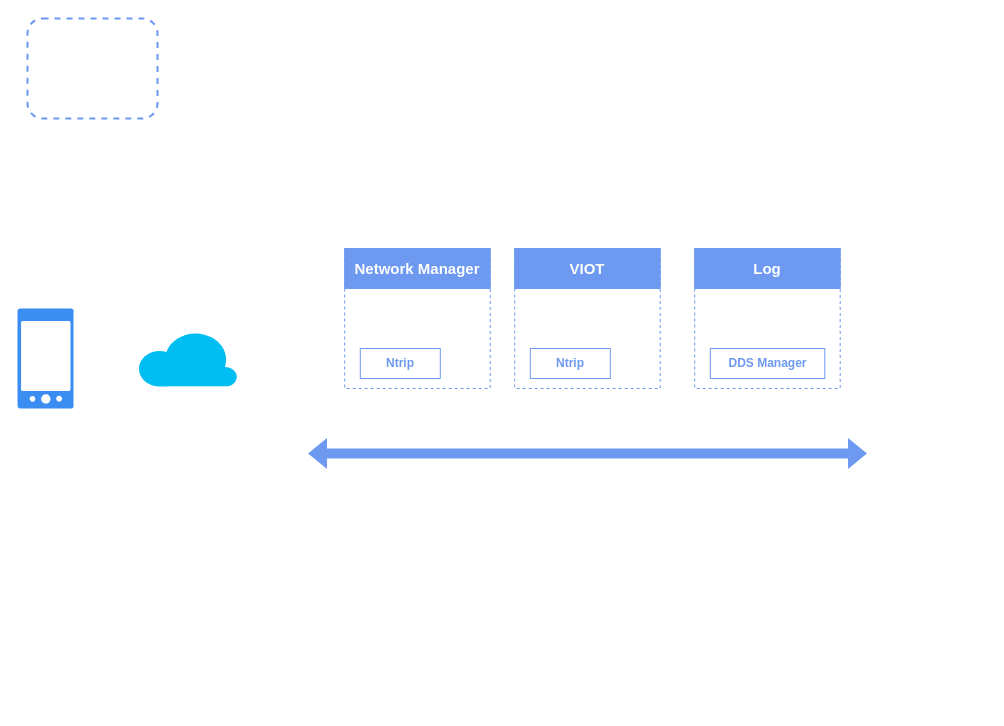
This is IoT架构-技术架构图.drawio from xunzhaoxusanduo/1-drawio, a draw.io file, before an edit. Source tidied: cells renumbered, new cells numbered last; positions are measured from the earlier drawing's top-left corner, leaving out a move shared by most shapes. Both pictures are drawn from the tidied source at 100%, with x=0, y=0 at pixel (17, 18).
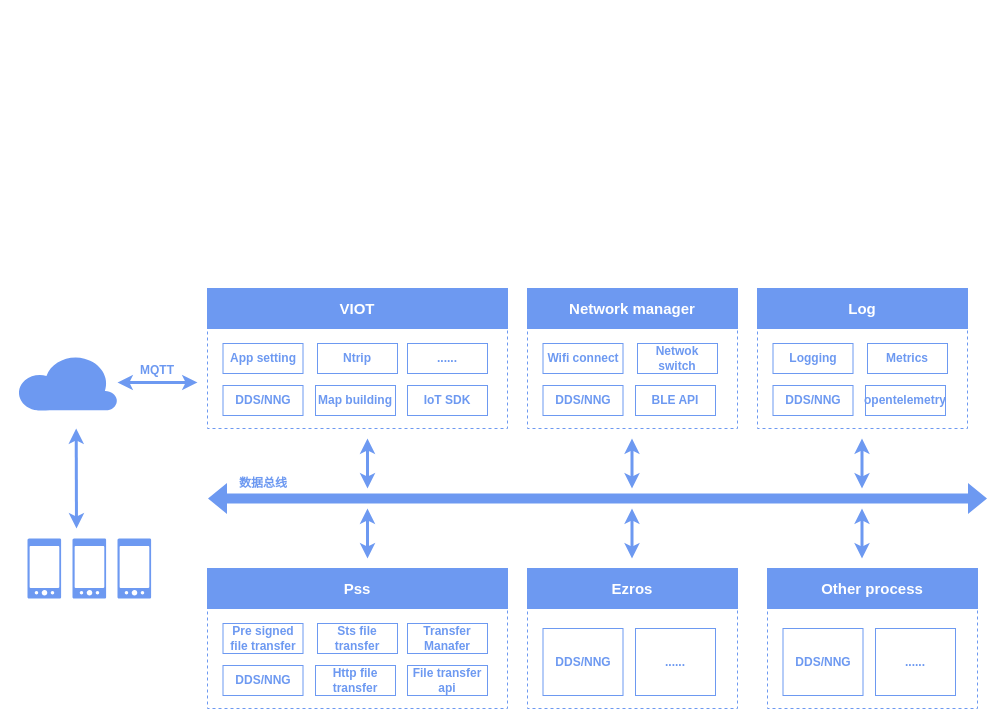
Above is the later version.

Commit message (it also covers changes not shown here):
Update IoT架构-技术架构图.drawio

Change to the diagram source:
```diff
@@
-    <mxCell id="2" style="rounded=1;whiteSpace=wrap;html=1;dashed=1;strokeWidth=2;strokeColor=#6D99F1;" parent="1" vertex="1">
-      <mxGeometry x="10" width="130" height="100" as="geometry" />
-    </mxCell>
-    <mxCell id="3" style="shape=flexArrow;endArrow=classic;startArrow=classic;html=1;rounded=0;fillColor=#6D99F1;strokeColor=none;" parent="1" edge="1">
-      <mxGeometry relative="1" as="geometry">
-        <mxPoint x="290" y="435" as="sourcePoint" />
-        <mxPoint x="850" y="435" as="targetPoint" />
-      </mxGeometry>
-    </mxCell>
+    <mxCell id="15" style="group;" parent="1" vertex="1">
+      <mxGeometry x="190" y="270" width="300" height="140" as="geometry" />
+    </mxCell>
-    <mxCell id="4" style="rounded=0;whiteSpace=wrap;html=1;strokeColor=#6D99F1;dashed=1;" parent="1" vertex="1">
-      <mxGeometry x="497.2" y="230" width="145.5" height="140" as="geometry" />
+    <mxCell id="4" style="rounded=0;whiteSpace=wrap;html=1;strokeColor=#6D99F1;dashed=1;" parent="15" vertex="1">
+      <mxGeometry width="300" height="140" as="geometry" />
     </mxCell>
-    <mxCell id="5" value="VIOT" style="rounded=0;whiteSpace=wrap;html=1;strokeColor=#6D99F1;fillColor=#6D99F1;fontColor=#FFFFFF;fontStyle=1;fontSize=15;" parent="1" vertex="1">
-      <mxGeometry x="497.2" y="230" width="145.5" height="40" as="geometry" />
+    <mxCell id="5" value="VIOT" style="rounded=0;whiteSpace=wrap;html=1;strokeColor=#6D99F1;fillColor=#6D99F1;fontColor=#FFFFFF;fontStyle=1;fontSize=15;" parent="15" vertex="1">
+      <mxGeometry width="300" height="40" as="geometry" />
     </mxCell>
+    <mxCell id="3" style="shape=flexArrow;endArrow=classic;startArrow=classic;html=1;rounded=0;fillColor=#6D99F1;strokeColor=none;" parent="1" edge="1">
+      <mxGeometry relative="1" as="geometry">
+        <mxPoint x="190" y="480" as="sourcePoint" />
+        <mxPoint x="970" y="480" as="targetPoint" />
+      </mxGeometry>
+    </mxCell>
-    <mxCell id="6" value="&lt;font color=&quot;#6d99f1&quot;&gt;&lt;b&gt;Ntrip&lt;/b&gt;&lt;/font&gt;" style="rounded=0;whiteSpace=wrap;html=1;strokeColor=#6D99F1;" parent="1" vertex="1">
-      <mxGeometry x="512.8" y="330" width="80" height="30" as="geometry" />
+    <mxCell id="6" value="&lt;font color=&quot;#6d99f1&quot;&gt;&lt;b&gt;DDS/NNG&lt;/b&gt;&lt;/font&gt;" style="rounded=0;whiteSpace=wrap;html=1;strokeColor=#6D99F1;" parent="1" vertex="1">
+      <mxGeometry x="205.5" y="367" width="80" height="30" as="geometry" />
     </mxCell>
-    <mxCell id="7" style="rounded=0;whiteSpace=wrap;html=1;strokeColor=#6D99F1;dashed=1;" parent="1" vertex="1">
-      <mxGeometry x="327.2" y="230" width="145.5" height="140" as="geometry" />
-    </mxCell>
-    <mxCell id="8" value="Network Manager" style="rounded=0;whiteSpace=wrap;html=1;strokeColor=#6D99F1;fillColor=#6D99F1;fontColor=#FFFFFF;fontStyle=1;fontSize=15;" parent="1" vertex="1">
-      <mxGeometry x="327.2" y="230" width="145.5" height="40" as="geometry" />
-    </mxCell>
+    <mxCell id="13" style="sketch=0;html=1;strokeColor=none;shadow=0;fillColor=#6D99F1;verticalAlign=top;labelPosition=center;verticalLabelPosition=bottom;shape=mxgraph.gcp2.phone_android;" parent="1" vertex="1">
+      <mxGeometry x="10" y="520" width="33.6" height="60" as="geometry" />
+    </mxCell>
+    <mxCell id="16" style="edgeStyle=orthogonalEdgeStyle;rounded=0;jettySize=auto;html=1;startArrow=classic;startFill=1;strokeWidth=3;strokeColor=#6D99F1;" parent="1" edge="1" source="14">
+      <mxGeometry relative="1" as="geometry">
+        <mxPoint x="180" y="364" as="targetPoint" />
+      </mxGeometry>
+    </mxCell>
+    <mxCell id="14" style="verticalLabelPosition=bottom;html=1;verticalAlign=top;align=center;strokeColor=none;fillColor=#6D99F1;shape=mxgraph.azure.cloud;" parent="1" vertex="1">
+      <mxGeometry y="336" width="100" height="56" as="geometry" />
+    </mxCell>
+    <mxCell id="17" value="&lt;font color=&quot;#6d99f1&quot;&gt;&lt;b&gt;Map building&lt;/b&gt;&lt;/font&gt;" style="rounded=0;whiteSpace=wrap;html=1;strokeColor=#6D99F1;" parent="1" vertex="1">
+      <mxGeometry x="298" y="367" width="80" height="30" as="geometry" />
+    </mxCell>
+    <mxCell id="18" value="&lt;b style=&quot;border-color: var(--border-color); color: rgb(109, 153, 241);&quot;&gt;App setting&lt;/b&gt;" style="rounded=0;whiteSpace=wrap;html=1;strokeColor=#6D99F1;" parent="1" vertex="1">
+      <mxGeometry x="205.5" y="325" width="80" height="30" as="geometry" />
+    </mxCell>
     <mxCell id="9" value="&lt;font color=&quot;#6d99f1&quot;&gt;&lt;b&gt;Ntrip&lt;/b&gt;&lt;/font&gt;" style="rounded=0;whiteSpace=wrap;html=1;strokeColor=#6D99F1;" parent="1" vertex="1">
-      <mxGeometry x="342.8" y="330" width="80" height="30" as="geometry" />
+      <mxGeometry x="300" y="325" width="80" height="30" as="geometry" />
     </mxCell>
-    <mxCell id="10" style="rounded=0;whiteSpace=wrap;html=1;strokeColor=#6D99F1;dashed=1;" parent="1" vertex="1">
-      <mxGeometry x="677.2" y="230" width="145.5" height="140" as="geometry" />
-    </mxCell>
+    <mxCell id="19" value="&lt;b style=&quot;border-color: var(--border-color); color: rgb(109, 153, 241);&quot;&gt;IoT SDK&lt;/b&gt;" style="rounded=0;whiteSpace=wrap;html=1;strokeColor=#6D99F1;" parent="1" vertex="1">
+      <mxGeometry x="390" y="367" width="80" height="30" as="geometry" />
+    </mxCell>
+    <mxCell id="20" value="&lt;font color=&quot;#6d99f1&quot;&gt;&lt;b&gt;......&lt;/b&gt;&lt;/font&gt;" style="rounded=0;whiteSpace=wrap;html=1;strokeColor=#6D99F1;" parent="1" vertex="1">
+      <mxGeometry x="390" y="325" width="80" height="30" as="geometry" />
+    </mxCell>
+    <mxCell id="21" style="group;" parent="1" vertex="1">
+      <mxGeometry x="510" y="270" width="210" height="140" as="geometry" />
+    </mxCell>
+    <mxCell id="22" style="rounded=0;whiteSpace=wrap;html=1;strokeColor=#6D99F1;dashed=1;" parent="21" vertex="1">
+      <mxGeometry width="210" height="140" as="geometry" />
+    </mxCell>
+    <mxCell id="23" value="Network manager" style="rounded=0;whiteSpace=wrap;html=1;strokeColor=#6D99F1;fillColor=#6D99F1;fontColor=#FFFFFF;fontStyle=1;fontSize=15;" parent="21" vertex="1">
+      <mxGeometry width="210" height="40" as="geometry" />
+    </mxCell>
+    <mxCell id="24" value="&lt;b style=&quot;border-color: var(--border-color); color: rgb(109, 153, 241);&quot;&gt;DDS/NNG&lt;/b&gt;" style="rounded=0;whiteSpace=wrap;html=1;strokeColor=#6D99F1;" parent="1" vertex="1">
+      <mxGeometry x="525.5" y="367" width="80" height="30" as="geometry" />
+    </mxCell>
+    <mxCell id="25" value="&lt;font color=&quot;#6d99f1&quot;&gt;&lt;b&gt;BLE API&lt;/b&gt;&lt;/font&gt;" style="rounded=0;whiteSpace=wrap;html=1;strokeColor=#6D99F1;" parent="1" vertex="1">
+      <mxGeometry x="618" y="367" width="80" height="30" as="geometry" />
+    </mxCell>
+    <mxCell id="26" value="&lt;font color=&quot;#6d99f1&quot;&gt;&lt;b&gt;Wifi connect&lt;/b&gt;&lt;/font&gt;" style="rounded=0;whiteSpace=wrap;html=1;strokeColor=#6D99F1;" parent="1" vertex="1">
+      <mxGeometry x="525.5" y="325" width="80" height="30" as="geometry" />
+    </mxCell>
+    <mxCell id="27" value="&lt;font color=&quot;#6d99f1&quot;&gt;&lt;b&gt;Netwok switch&lt;/b&gt;&lt;/font&gt;" style="rounded=0;whiteSpace=wrap;html=1;strokeColor=#6D99F1;" parent="1" vertex="1">
+      <mxGeometry x="620" y="325" width="80" height="30" as="geometry" />
+    </mxCell>
+    <mxCell id="28" value="&lt;font color=&quot;#6d99f1&quot;&gt;&lt;b&gt;MQTT&lt;/b&gt;&lt;/font&gt;" style="text;html=1;align=center;verticalAlign=middle;whiteSpace=wrap;rounded=0;" parent="1" vertex="1">
+      <mxGeometry x="110" y="337" width="60" height="30" as="geometry" />
+    </mxCell>
+    <mxCell id="29" style="endArrow=classic;startArrow=classic;html=1;rounded=0;strokeColor=#6D99F1;strokeWidth=3;" parent="1" edge="1">
+      <mxGeometry relative="1" as="geometry">
+        <mxPoint x="350" y="470" as="sourcePoint" />
+        <mxPoint x="350" y="420" as="targetPoint" />
+      </mxGeometry>
+    </mxCell>
+    <mxCell id="30" style="endArrow=classic;startArrow=classic;html=1;rounded=0;strokeColor=#6D99F1;strokeWidth=3;" parent="1" edge="1">
+      <mxGeometry relative="1" as="geometry">
+        <mxPoint x="614.5" y="470" as="sourcePoint" />
+        <mxPoint x="614.5" y="420" as="targetPoint" />
+      </mxGeometry>
+    </mxCell>
+    <mxCell id="31" style="group;" parent="1" vertex="1">
+      <mxGeometry x="740" y="270" width="210" height="140" as="geometry" />
+    </mxCell>
+    <mxCell id="32" style="rounded=0;whiteSpace=wrap;html=1;strokeColor=#6D99F1;dashed=1;" parent="31" vertex="1">
+      <mxGeometry width="210" height="140" as="geometry" />
+    </mxCell>
-    <mxCell id="11" value="Log" style="rounded=0;whiteSpace=wrap;html=1;strokeColor=#6D99F1;fillColor=#6D99F1;fontColor=#FFFFFF;fontStyle=1;fontSize=15;" parent="1" vertex="1">
-      <mxGeometry x="677.2" y="230" width="145.5" height="40" as="geometry" />
+    <mxCell id="11" value="Log" style="rounded=0;whiteSpace=wrap;html=1;strokeColor=#6D99F1;fillColor=#6D99F1;fontColor=#FFFFFF;fontStyle=1;fontSize=15;" parent="31" vertex="1">
+      <mxGeometry width="210" height="40" as="geometry" />
     </mxCell>
-    <mxCell id="12" value="&lt;font color=&quot;#6d99f1&quot;&gt;&lt;b&gt;DDS Manager&lt;/b&gt;&lt;/font&gt;" style="rounded=0;whiteSpace=wrap;html=1;strokeColor=#6D99F1;" parent="1" vertex="1">
-      <mxGeometry x="692.8" y="330" width="114.5" height="30" as="geometry" />
-    </mxCell>
-    <mxCell id="13" style="sketch=0;html=1;strokeColor=none;shadow=0;fillColor=#3B8DF1;verticalAlign=top;labelPosition=center;verticalLabelPosition=bottom;shape=mxgraph.gcp2.phone_android;" parent="1" vertex="1">
-      <mxGeometry y="290" width="56" height="100" as="geometry" />
-    </mxCell>
-    <mxCell id="14" style="verticalLabelPosition=bottom;html=1;verticalAlign=top;align=center;strokeColor=none;fillColor=#00BEF2;shape=mxgraph.azure.cloud;" parent="1" vertex="1">
-      <mxGeometry x="120" y="312" width="100" height="56" as="geometry" />
-    </mxCell>
+    <mxCell id="33" value="&lt;b style=&quot;border-color: var(--border-color); color: rgb(109, 153, 241);&quot;&gt;DDS/NNG&lt;/b&gt;" style="rounded=0;whiteSpace=wrap;html=1;strokeColor=#6D99F1;" parent="1" vertex="1">
+      <mxGeometry x="755.5" y="367" width="80" height="30" as="geometry" />
+    </mxCell>
+    <mxCell id="34" value="&lt;font color=&quot;#6d99f1&quot;&gt;&lt;b&gt;opentelemetry&lt;/b&gt;&lt;/font&gt;" style="rounded=0;whiteSpace=wrap;html=1;strokeColor=#6D99F1;" parent="1" vertex="1">
+      <mxGeometry x="848" y="367" width="80" height="30" as="geometry" />
+    </mxCell>
+    <mxCell id="35" value="&lt;span style=&quot;color: rgb(109, 153, 241); font-weight: 700;&quot;&gt;Logging&lt;/span&gt;" style="rounded=0;whiteSpace=wrap;html=1;strokeColor=#6D99F1;" parent="1" vertex="1">
+      <mxGeometry x="755.5" y="325" width="80" height="30" as="geometry" />
+    </mxCell>
+    <mxCell id="36" value="&lt;span style=&quot;color: rgb(109, 153, 241); font-weight: 700;&quot;&gt;Metrics&lt;/span&gt;" style="rounded=0;whiteSpace=wrap;html=1;strokeColor=#6D99F1;" parent="1" vertex="1">
+      <mxGeometry x="850" y="325" width="80" height="30" as="geometry" />
+    </mxCell>
+    <mxCell id="37" style="endArrow=classic;startArrow=classic;html=1;rounded=0;strokeColor=#6D99F1;strokeWidth=3;" parent="1" edge="1">
+      <mxGeometry relative="1" as="geometry">
+        <mxPoint x="59" y="510" as="sourcePoint" />
+        <mxPoint x="58.7" y="410" as="targetPoint" />
+      </mxGeometry>
+    </mxCell>
+    <mxCell id="38" style="endArrow=classic;startArrow=classic;html=1;rounded=0;strokeColor=#6D99F1;strokeWidth=3;" parent="1" edge="1">
+      <mxGeometry relative="1" as="geometry">
+        <mxPoint x="844.5" y="470" as="sourcePoint" />
+        <mxPoint x="844.5" y="420" as="targetPoint" />
+      </mxGeometry>
+    </mxCell>
+    <mxCell id="39" style="group;" parent="1" vertex="1">
+      <mxGeometry x="190" y="550" width="300" height="140" as="geometry" />
+    </mxCell>
+    <mxCell id="40" style="rounded=0;whiteSpace=wrap;html=1;strokeColor=#6D99F1;dashed=1;" parent="39" vertex="1">
+      <mxGeometry width="300" height="140" as="geometry" />
+    </mxCell>
+    <mxCell id="41" value="Pss" style="rounded=0;whiteSpace=wrap;html=1;strokeColor=#6D99F1;fillColor=#6D99F1;fontColor=#FFFFFF;fontStyle=1;fontSize=15;" parent="39" vertex="1">
+      <mxGeometry width="300" height="40" as="geometry" />
+    </mxCell>
+    <mxCell id="42" value="&lt;font color=&quot;#6d99f1&quot;&gt;&lt;b&gt;DDS/NNG&lt;/b&gt;&lt;/font&gt;" style="rounded=0;whiteSpace=wrap;html=1;strokeColor=#6D99F1;" parent="1" vertex="1">
+      <mxGeometry x="205.5" y="647" width="80" height="30" as="geometry" />
+    </mxCell>
+    <mxCell id="43" value="&lt;span style=&quot;color: rgb(109, 153, 241); font-weight: 700;&quot;&gt;Http file&lt;/span&gt;&lt;div style=&quot;border-color: var(--border-color); color: rgb(109, 153, 241); font-weight: 700;&quot;&gt;transfer&lt;/div&gt;" style="rounded=0;whiteSpace=wrap;html=1;strokeColor=#6D99F1;" parent="1" vertex="1">
+      <mxGeometry x="298" y="647" width="80" height="30" as="geometry" />
+    </mxCell>
+    <mxCell id="44" value="&lt;span style=&quot;color: rgb(109, 153, 241); font-weight: 700;&quot;&gt;Pre signed&lt;/span&gt;&lt;div style=&quot;border-color: var(--border-color); color: rgb(109, 153, 241); font-weight: 700;&quot;&gt;file transfer&lt;/div&gt;" style="rounded=0;whiteSpace=wrap;html=1;strokeColor=#6D99F1;" parent="1" vertex="1">
+      <mxGeometry x="205.5" y="605" width="80" height="30" as="geometry" />
+    </mxCell>
+    <mxCell id="45" value="&lt;span style=&quot;color: rgb(109, 153, 241); font-weight: 700;&quot;&gt;Sts file&lt;/span&gt;&lt;div style=&quot;border-color: var(--border-color); color: rgb(109, 153, 241); font-weight: 700;&quot;&gt;transfer&lt;/div&gt;" style="rounded=0;whiteSpace=wrap;html=1;strokeColor=#6D99F1;" parent="1" vertex="1">
+      <mxGeometry x="300" y="605" width="80" height="30" as="geometry" />
+    </mxCell>
+    <mxCell id="46" value="&lt;b style=&quot;border-color: var(--border-color); color: rgb(109, 153, 241);&quot;&gt;File transfer api&lt;/b&gt;" style="rounded=0;whiteSpace=wrap;html=1;strokeColor=#6D99F1;" parent="1" vertex="1">
+      <mxGeometry x="390" y="647" width="80" height="30" as="geometry" />
+    </mxCell>
+    <mxCell id="47" value="&lt;span style=&quot;color: rgb(109, 153, 241); font-weight: 700;&quot;&gt;Transfer&lt;/span&gt;&lt;div style=&quot;border-color: var(--border-color); color: rgb(109, 153, 241); font-weight: 700;&quot;&gt;Manafer&lt;/div&gt;" style="rounded=0;whiteSpace=wrap;html=1;strokeColor=#6D99F1;" parent="1" vertex="1">
+      <mxGeometry x="390" y="605" width="80" height="30" as="geometry" />
+    </mxCell>
+    <mxCell id="48" value="&lt;font color=&quot;#6d99f1&quot;&gt;&lt;b&gt;数据总线&lt;/b&gt;&lt;/font&gt;" style="text;html=1;align=center;verticalAlign=middle;whiteSpace=wrap;rounded=0;" parent="1" vertex="1">
+      <mxGeometry x="215.5" y="450" width="60" height="30" as="geometry" />
+    </mxCell>
+    <mxCell id="49" style="sketch=0;html=1;strokeColor=none;shadow=0;fillColor=#6D99F1;verticalAlign=top;labelPosition=center;verticalLabelPosition=bottom;shape=mxgraph.gcp2.phone_android;" parent="1" vertex="1">
+      <mxGeometry x="55" y="520" width="33.6" height="60" as="geometry" />
+    </mxCell>
+    <mxCell id="50" style="sketch=0;html=1;strokeColor=none;shadow=0;fillColor=#6D99F1;verticalAlign=top;labelPosition=center;verticalLabelPosition=bottom;shape=mxgraph.gcp2.phone_android;" parent="1" vertex="1">
+      <mxGeometry x="100" y="520" width="33.6" height="60" as="geometry" />
+    </mxCell>
+    <mxCell id="51" style="group;" parent="1" vertex="1">
+      <mxGeometry x="510" y="550" width="210" height="140" as="geometry" />
+    </mxCell>
+    <mxCell id="52" style="rounded=0;whiteSpace=wrap;html=1;strokeColor=#6D99F1;dashed=1;" parent="51" vertex="1">
+      <mxGeometry width="210" height="140" as="geometry" />
+    </mxCell>
+    <mxCell id="53" value="Ezros" style="rounded=0;whiteSpace=wrap;html=1;strokeColor=#6D99F1;fillColor=#6D99F1;fontColor=#FFFFFF;fontStyle=1;fontSize=15;" parent="51" vertex="1">
+      <mxGeometry width="210" height="40" as="geometry" />
+    </mxCell>
+    <mxCell id="54" value="&lt;b style=&quot;border-color: var(--border-color); color: rgb(109, 153, 241);&quot;&gt;DDS/NNG&lt;/b&gt;" style="rounded=0;whiteSpace=wrap;html=1;strokeColor=#6D99F1;" parent="1" vertex="1">
+      <mxGeometry x="525.5" y="610" width="80" height="67" as="geometry" />
+    </mxCell>
+    <mxCell id="55" value="&lt;font color=&quot;#6d99f1&quot;&gt;&lt;b&gt;......&lt;/b&gt;&lt;/font&gt;" style="rounded=0;whiteSpace=wrap;html=1;strokeColor=#6D99F1;" parent="1" vertex="1">
+      <mxGeometry x="618" y="610" width="80" height="67" as="geometry" />
+    </mxCell>
+    <mxCell id="56" style="group;" parent="1" vertex="1">
+      <mxGeometry x="750" y="550" width="210" height="140" as="geometry" />
+    </mxCell>
+    <mxCell id="57" style="rounded=0;whiteSpace=wrap;html=1;strokeColor=#6D99F1;dashed=1;" parent="56" vertex="1">
+      <mxGeometry width="210" height="140" as="geometry" />
+    </mxCell>
+    <mxCell id="58" value="Other process" style="rounded=0;whiteSpace=wrap;html=1;strokeColor=#6D99F1;fillColor=#6D99F1;fontColor=#FFFFFF;fontStyle=1;fontSize=15;" parent="56" vertex="1">
+      <mxGeometry width="210" height="40" as="geometry" />
+    </mxCell>
+    <mxCell id="59" value="&lt;b style=&quot;border-color: var(--border-color); color: rgb(109, 153, 241);&quot;&gt;DDS/NNG&lt;/b&gt;" style="rounded=0;whiteSpace=wrap;html=1;strokeColor=#6D99F1;" parent="1" vertex="1">
+      <mxGeometry x="765.5" y="610" width="80" height="67" as="geometry" />
+    </mxCell>
+    <mxCell id="60" value="&lt;font color=&quot;#6d99f1&quot;&gt;&lt;b&gt;......&lt;/b&gt;&lt;/font&gt;" style="rounded=0;whiteSpace=wrap;html=1;strokeColor=#6D99F1;" parent="1" vertex="1">
+      <mxGeometry x="858" y="610" width="80" height="67" as="geometry" />
+    </mxCell>
+    <mxCell id="61" style="endArrow=classic;startArrow=classic;html=1;rounded=0;strokeColor=#6D99F1;strokeWidth=3;" parent="1" edge="1">
+      <mxGeometry relative="1" as="geometry">
+        <mxPoint x="350" y="540" as="sourcePoint" />
+        <mxPoint x="350" y="490" as="targetPoint" />
+      </mxGeometry>
+    </mxCell>
+    <mxCell id="62" style="endArrow=classic;startArrow=classic;html=1;rounded=0;strokeColor=#6D99F1;strokeWidth=3;" parent="1" edge="1">
+      <mxGeometry relative="1" as="geometry">
+        <mxPoint x="614.5" y="540" as="sourcePoint" />
+        <mxPoint x="614.5" y="490" as="targetPoint" />
+      </mxGeometry>
+    </mxCell>
+    <mxCell id="63" style="endArrow=classic;startArrow=classic;html=1;rounded=0;strokeColor=#6D99F1;strokeWidth=3;" parent="1" edge="1">
+      <mxGeometry relative="1" as="geometry">
+        <mxPoint x="844.5" y="540" as="sourcePoint" />
+        <mxPoint x="844.5" y="490" as="targetPoint" />
+      </mxGeometry>
+    </mxCell>
```
